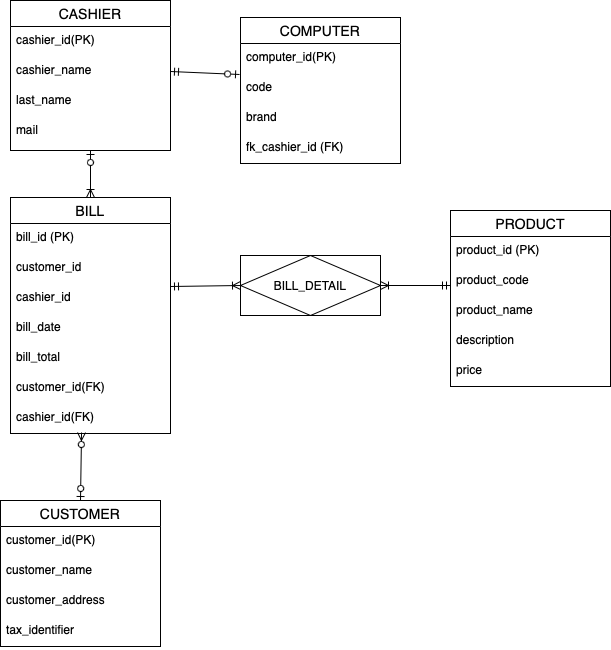
Above: Diagrama sin título.drawio.png in a-marian/mapping-jpa (draw.io), before the change. Source tidied: cells renumbered, new cells last; positions are measured from the earlier drawing's top-left corner, leaving out a move shared by most shapes.
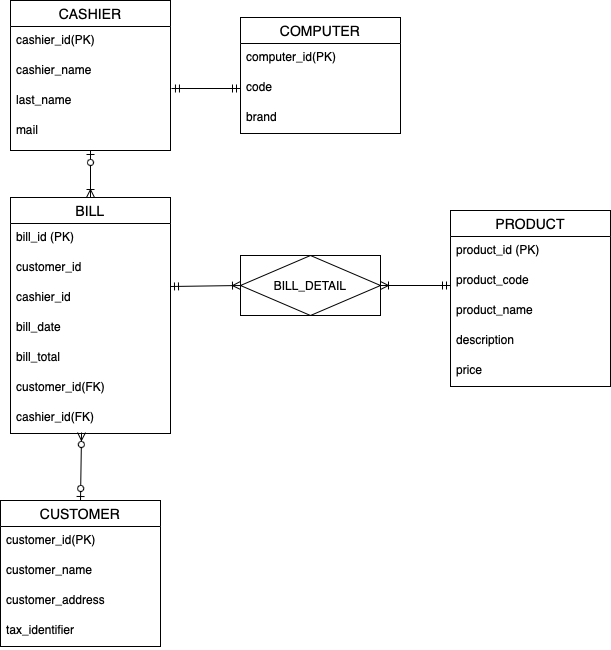
After the commit.

Change to the diagram source:
```diff
@@ -94,7 +94,7 @@
       <mxGeometry relative="1" as="geometry" />
     </mxCell>
     <mxCell id="31" value="COMPUTER" style="swimlane;fontStyle=0;horizontal=1;startSize=26;align=center;fontSize=14;" parent="1" vertex="1">
-      <mxGeometry x="240" y="17" width="160" height="146" as="geometry" />
+      <mxGeometry x="240" y="17" width="160" height="116" as="geometry" />
     </mxCell>
     <mxCell id="32" value="computer_id(PK)" style="text;strokeColor=none;fillColor=none;spacingLeft=4;spacingRight=4;overflow=hidden;fontSize=12;whiteSpace=wrap;html=1;" parent="31" vertex="1">
       <mxGeometry y="26" width="160" height="30" as="geometry" />
@@ -105,11 +105,8 @@
     <mxCell id="34" value="brand" style="text;strokeColor=none;fillColor=none;spacingLeft=4;spacingRight=4;overflow=hidden;fontSize=12;whiteSpace=wrap;html=1;" parent="31" vertex="1">
       <mxGeometry y="86" width="160" height="30" as="geometry" />
     </mxCell>
-    <mxCell id="35" value="fk_cashier_id (FK)&lt;br&gt;" style="text;strokeColor=none;fillColor=none;spacingLeft=4;spacingRight=4;overflow=hidden;fontSize=12;whiteSpace=wrap;html=1;" parent="31" vertex="1">
-      <mxGeometry y="116" width="160" height="30" as="geometry" />
-    </mxCell>
-    <mxCell id="36" style="fontSize=12;html=1;endArrow=ERzeroToOne;startArrow=ERmandOne;rounded=0;exitX=1;exitY=0.5;exitDx=0;exitDy=0;entryX=-0.006;entryY=0.033;entryDx=0;entryDy=0;entryPerimeter=0;" parent="1" edge="1" source="21" target="33">
-      <mxGeometry relative="1" as="geometry" />
-    </mxCell>
+    <mxCell id="37" style="fontSize=12;html=1;endArrow=ERmandOne;startArrow=ERmandOne;rounded=0;exitX=1.006;exitY=0.067;exitDx=0;exitDy=0;exitPerimeter=0;entryX=0;entryY=0.5;entryDx=0;entryDy=0;" parent="1" edge="1" source="22" target="33">
+      <mxGeometry relative="1" as="geometry" />
+    </mxCell>
   </root>
 </mxGraphModel>
```
